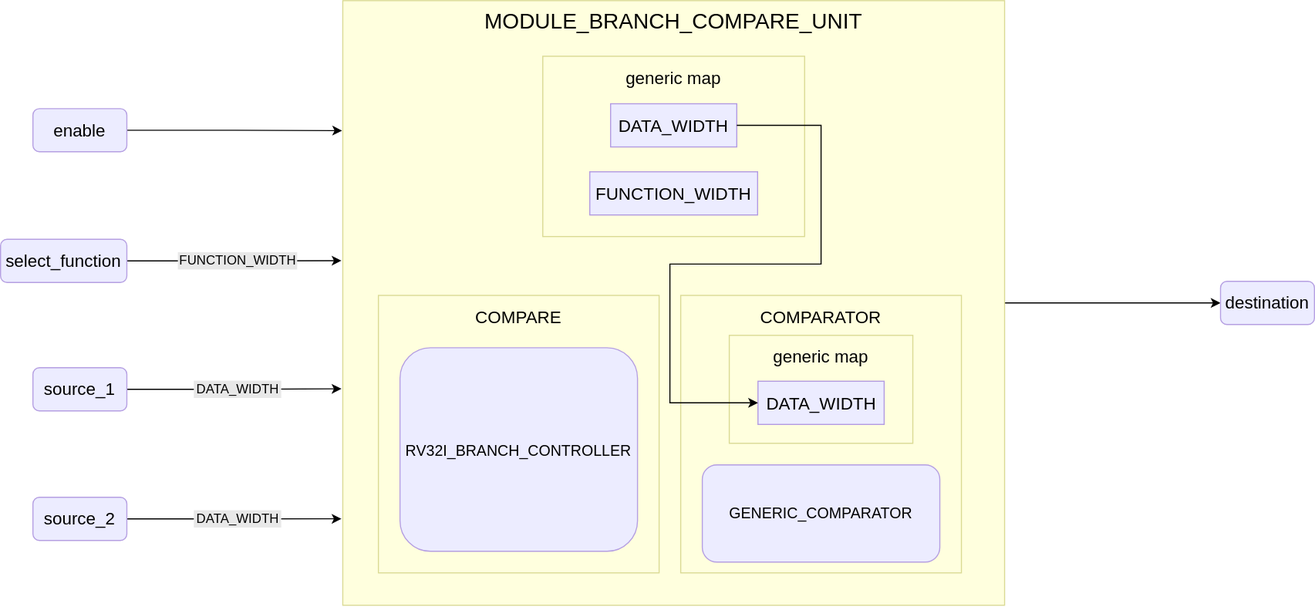
The draw.io diagram docs/public/images/reference/report_components/module_branch_compare_unit.drawio.svg in insper-riscv/core, before a commit. Source tidied: cells renumbered, new cells last; positions are measured from the earlier drawing's top-left corner, leaving out a move shared by most shapes. The source it was exported from:
```xml
<mxGraphModel>
  <root>
    <mxCell id="0" />
    <mxCell id="1" parent="0" />
    <mxCell id="2" style="edgeStyle=orthogonalEdgeStyle;rounded=0;jettySize=auto;html=1;entryX=-0.002;entryY=0.43;entryDx=0;entryDy=0;entryPerimeter=0;" parent="1" edge="1" source="9" target="5">
      <mxGeometry relative="1" as="geometry" />
    </mxCell>
    <mxCell id="3" style="edgeStyle=orthogonalEdgeStyle;rounded=0;jettySize=auto;html=1;entryX=-0.001;entryY=0.215;entryDx=0;entryDy=0;entryPerimeter=0;" parent="1" edge="1" source="8" target="5">
      <mxGeometry relative="1" as="geometry" />
    </mxCell>
    <mxCell id="4" style="edgeStyle=orthogonalEdgeStyle;rounded=0;jettySize=auto;html=1;entryX=0;entryY=0.5;entryDx=0;entryDy=0;" parent="1" edge="1" source="5" target="10">
      <mxGeometry relative="1" as="geometry" />
    </mxCell>
    <mxCell id="5" value="MODULE_BRANCH_COMPARE_UNIT" style="rounded=0;whiteSpace=wrap;html=1;fillColor=#ffffde;strokeColor=#dada94;verticalAlign=top;fontSize=20;" parent="1" vertex="1">
      <mxGeometry x="317" width="613" height="560" as="geometry" />
    </mxCell>
    <mxCell id="6" value="&lt;span style=&quot;font-size: 16px;&quot;&gt;generic map&lt;/span&gt;" style="rounded=0;whiteSpace=wrap;html=1;fillColor=#ffffde;strokeColor=#dada94;verticalAlign=top;fontSize=20;" parent="1" vertex="1">
      <mxGeometry x="502.2" y="51.5" width="242.5" height="167" as="geometry" />
    </mxCell>
    <mxCell id="7" value="DATA_WIDTH" style="rounded=0;whiteSpace=wrap;html=1;fillColor=#ececff;strokeColor=#b29ae1;fontSize=16;" parent="1" vertex="1">
      <mxGeometry x="565.1" y="95.5" width="116.9" height="40" as="geometry" />
    </mxCell>
    <mxCell id="8" value="enable" style="rounded=1;whiteSpace=wrap;html=1;fillColor=#ececff;strokeColor=#b59fe2;fontSize=16;" parent="1" vertex="1">
      <mxGeometry x="30" y="100" width="87" height="40" as="geometry" />
    </mxCell>
    <mxCell id="9" value="select_function" style="rounded=1;whiteSpace=wrap;html=1;fillColor=#ececff;strokeColor=#b59fe2;fontSize=16;" parent="1" vertex="1">
      <mxGeometry y="221" width="117" height="40" as="geometry" />
    </mxCell>
    <mxCell id="10" value="destination" style="rounded=1;whiteSpace=wrap;html=1;fillColor=#ececff;strokeColor=#b59fe2;fontSize=16;" parent="1" vertex="1">
      <mxGeometry x="1130" y="260" width="87" height="40" as="geometry" />
    </mxCell>
    <mxCell id="11" style="edgeStyle=orthogonalEdgeStyle;rounded=0;jettySize=auto;html=1;entryX=-0.002;entryY=0.642;entryDx=0;entryDy=0;entryPerimeter=0;" parent="1" edge="1" source="12" target="5">
      <mxGeometry relative="1" as="geometry" />
    </mxCell>
    <mxCell id="12" value="source_1" style="rounded=1;whiteSpace=wrap;html=1;fillColor=#ececff;strokeColor=#b59fe2;fontSize=16;" parent="1" vertex="1">
      <mxGeometry x="30" y="340" width="87" height="40" as="geometry" />
    </mxCell>
    <mxCell id="13" style="edgeStyle=orthogonalEdgeStyle;rounded=0;jettySize=auto;html=1;entryX=-0.002;entryY=0.857;entryDx=0;entryDy=0;entryPerimeter=0;" parent="1" edge="1" source="14" target="5">
      <mxGeometry relative="1" as="geometry" />
    </mxCell>
    <mxCell id="14" value="source_2" style="rounded=1;whiteSpace=wrap;html=1;fillColor=#ececff;strokeColor=#b59fe2;fontSize=16;" parent="1" vertex="1">
      <mxGeometry x="30" y="460" width="87" height="40" as="geometry" />
    </mxCell>
    <mxCell id="15" value="DATA_WIDTH" style="rounded=0;whiteSpace=wrap;html=1;fillColor=#e8e8e8;strokeColor=#e8e8e8;" parent="1" vertex="1">
      <mxGeometry x="179.5" y="352.5" width="80" height="15" as="geometry" />
    </mxCell>
    <mxCell id="16" value="FUNCTION_WIDTH" style="rounded=0;whiteSpace=wrap;html=1;fillColor=#ececff;strokeColor=#b29ae1;fontSize=16;" parent="1" vertex="1">
      <mxGeometry x="545.8" y="158.5" width="155.4" height="40" as="geometry" />
    </mxCell>
    <mxCell id="17" value="DATA_WIDTH" style="rounded=0;whiteSpace=wrap;html=1;fillColor=#e8e8e8;strokeColor=#e8e8e8;" parent="1" vertex="1">
      <mxGeometry x="179.5" y="472.5" width="80" height="15" as="geometry" />
    </mxCell>
    <mxCell id="18" value="FUNCTION_WIDTH" style="rounded=0;whiteSpace=wrap;html=1;fillColor=#e8e8e8;strokeColor=#e8e8e8;" parent="1" vertex="1">
      <mxGeometry x="164.8" y="233.5" width="109.5" height="15" as="geometry" />
    </mxCell>
    <mxCell id="19" value="&lt;span style=&quot;font-size: 16px;&quot;&gt;COMPARE&lt;/span&gt;" style="rounded=0;whiteSpace=wrap;html=1;fillColor=#ffffde;strokeColor=#dada94;verticalAlign=top;fontSize=20;" parent="1" vertex="1">
      <mxGeometry x="350" y="273" width="260" height="257" as="geometry" />
    </mxCell>
    <mxCell id="20" value="&lt;font style=&quot;font-size: 14px;&quot;&gt;RV32I_BRANCH_CONTROLLER&lt;/font&gt;" style="rounded=1;whiteSpace=wrap;html=1;fillColor=#ececff;strokeColor=#b59fe2;fontSize=16;" parent="1" vertex="1">
      <mxGeometry x="370" y="321.5" width="220" height="188.5" as="geometry" />
    </mxCell>
    <mxCell id="21" value="&lt;span style=&quot;font-size: 16px;&quot;&gt;COMPARATOR&lt;/span&gt;" style="rounded=0;whiteSpace=wrap;html=1;fillColor=#ffffde;strokeColor=#dada94;verticalAlign=top;fontSize=20;" parent="1" vertex="1">
      <mxGeometry x="630" y="273" width="260" height="257" as="geometry" />
    </mxCell>
    <mxCell id="22" value="&lt;span style=&quot;font-size: 16px;&quot;&gt;generic map&lt;/span&gt;" style="rounded=0;whiteSpace=wrap;html=1;fillColor=#ffffde;strokeColor=#dada94;verticalAlign=top;fontSize=20;" parent="1" vertex="1">
      <mxGeometry x="675" y="310" width="170" height="100" as="geometry" />
    </mxCell>
    <mxCell id="23" value="DATA_WIDTH" style="rounded=0;whiteSpace=wrap;html=1;fillColor=#ececff;strokeColor=#b29ae1;fontSize=16;" parent="1" vertex="1">
      <mxGeometry x="701.6" y="352.5" width="116.9" height="40" as="geometry" />
    </mxCell>
    <mxCell id="24" value="GENERIC_COMPARATOR" style="rounded=1;whiteSpace=wrap;html=1;fillColor=#ececff;strokeColor=#b59fe2;fontSize=14;" parent="1" vertex="1">
      <mxGeometry x="650" y="430" width="220" height="90" as="geometry" />
    </mxCell>
    <mxCell id="25" style="edgeStyle=orthogonalEdgeStyle;rounded=0;jettySize=auto;html=1;entryX=0;entryY=0.5;entryDx=0;entryDy=0;" parent="1" edge="1" source="7" target="23">
      <mxGeometry relative="1" as="geometry">
        <Array as="points">
          <mxPoint x="760" y="115" />
          <mxPoint x="760" y="244" />
          <mxPoint x="620" y="244" />
          <mxPoint x="620" y="373" />
        </Array>
      </mxGeometry>
    </mxCell>
  </root>
</mxGraphModel>
```
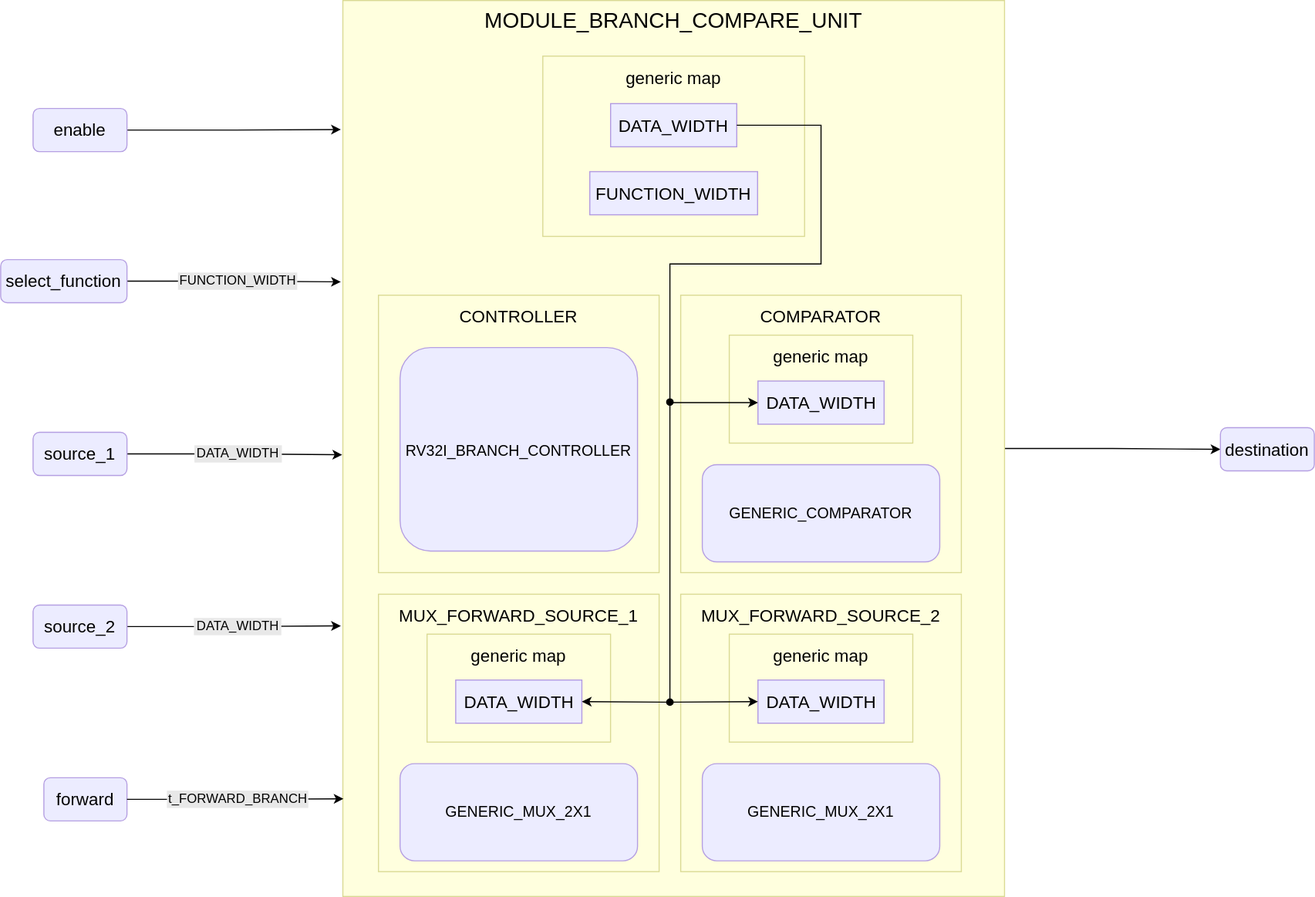
The same diagram one commit later.

The edit, as a diff of the source:
```diff
@@ -2,17 +2,17 @@
   <root>
     <mxCell id="0" />
     <mxCell id="1" parent="0" />
-    <mxCell id="2" style="edgeStyle=orthogonalEdgeStyle;rounded=0;jettySize=auto;html=1;entryX=-0.002;entryY=0.43;entryDx=0;entryDy=0;entryPerimeter=0;" parent="1" edge="1" source="9" target="5">
+    <mxCell id="2" style="edgeStyle=orthogonalEdgeStyle;rounded=0;jettySize=auto;html=1;entryX=-0.003;entryY=0.314;entryDx=0;entryDy=0;entryPerimeter=0;" parent="1" edge="1" source="9" target="5">
       <mxGeometry relative="1" as="geometry" />
     </mxCell>
-    <mxCell id="3" style="edgeStyle=orthogonalEdgeStyle;rounded=0;jettySize=auto;html=1;entryX=-0.001;entryY=0.215;entryDx=0;entryDy=0;entryPerimeter=0;" parent="1" edge="1" source="8" target="5">
+    <mxCell id="3" style="edgeStyle=orthogonalEdgeStyle;rounded=0;jettySize=auto;html=1;entryX=-0.003;entryY=0.144;entryDx=0;entryDy=0;entryPerimeter=0;" parent="1" edge="1" source="8" target="5">
       <mxGeometry relative="1" as="geometry" />
     </mxCell>
     <mxCell id="4" style="edgeStyle=orthogonalEdgeStyle;rounded=0;jettySize=auto;html=1;entryX=0;entryY=0.5;entryDx=0;entryDy=0;" parent="1" edge="1" source="5" target="10">
       <mxGeometry relative="1" as="geometry" />
     </mxCell>
     <mxCell id="5" value="MODULE_BRANCH_COMPARE_UNIT" style="rounded=0;whiteSpace=wrap;html=1;fillColor=#ffffde;strokeColor=#dada94;verticalAlign=top;fontSize=20;" parent="1" vertex="1">
-      <mxGeometry x="317" width="613" height="560" as="geometry" />
+      <mxGeometry x="317" width="613" height="830" as="geometry" />
     </mxCell>
     <mxCell id="6" value="&lt;span style=&quot;font-size: 16px;&quot;&gt;generic map&lt;/span&gt;" style="rounded=0;whiteSpace=wrap;html=1;fillColor=#ffffde;strokeColor=#dada94;verticalAlign=top;fontSize=20;" parent="1" vertex="1">
       <mxGeometry x="502.2" y="51.5" width="242.5" height="167" as="geometry" />
@@ -24,36 +24,36 @@
       <mxGeometry x="30" y="100" width="87" height="40" as="geometry" />
     </mxCell>
     <mxCell id="9" value="select_function" style="rounded=1;whiteSpace=wrap;html=1;fillColor=#ececff;strokeColor=#b59fe2;fontSize=16;" parent="1" vertex="1">
-      <mxGeometry y="221" width="117" height="40" as="geometry" />
+      <mxGeometry y="240" width="117" height="40" as="geometry" />
     </mxCell>
     <mxCell id="10" value="destination" style="rounded=1;whiteSpace=wrap;html=1;fillColor=#ececff;strokeColor=#b59fe2;fontSize=16;" parent="1" vertex="1">
-      <mxGeometry x="1130" y="260" width="87" height="40" as="geometry" />
+      <mxGeometry x="1130" y="395.8" width="87" height="40" as="geometry" />
     </mxCell>
-    <mxCell id="11" style="edgeStyle=orthogonalEdgeStyle;rounded=0;jettySize=auto;html=1;entryX=-0.002;entryY=0.642;entryDx=0;entryDy=0;entryPerimeter=0;" parent="1" edge="1" source="12" target="5">
+    <mxCell id="11" style="edgeStyle=orthogonalEdgeStyle;rounded=0;jettySize=auto;html=1;entryX=-0.001;entryY=0.507;entryDx=0;entryDy=0;entryPerimeter=0;" parent="1" edge="1" source="12" target="5">
       <mxGeometry relative="1" as="geometry" />
     </mxCell>
     <mxCell id="12" value="source_1" style="rounded=1;whiteSpace=wrap;html=1;fillColor=#ececff;strokeColor=#b59fe2;fontSize=16;" parent="1" vertex="1">
-      <mxGeometry x="30" y="340" width="87" height="40" as="geometry" />
+      <mxGeometry x="30" y="400" width="87" height="40" as="geometry" />
     </mxCell>
-    <mxCell id="13" style="edgeStyle=orthogonalEdgeStyle;rounded=0;jettySize=auto;html=1;entryX=-0.002;entryY=0.857;entryDx=0;entryDy=0;entryPerimeter=0;" parent="1" edge="1" source="14" target="5">
+    <mxCell id="13" style="edgeStyle=orthogonalEdgeStyle;rounded=0;jettySize=auto;html=1;entryX=-0.003;entryY=0.698;entryDx=0;entryDy=0;entryPerimeter=0;" parent="1" edge="1" source="14" target="5">
       <mxGeometry relative="1" as="geometry" />
     </mxCell>
     <mxCell id="14" value="source_2" style="rounded=1;whiteSpace=wrap;html=1;fillColor=#ececff;strokeColor=#b59fe2;fontSize=16;" parent="1" vertex="1">
-      <mxGeometry x="30" y="460" width="87" height="40" as="geometry" />
+      <mxGeometry x="30" y="560" width="87" height="40" as="geometry" />
     </mxCell>
     <mxCell id="15" value="DATA_WIDTH" style="rounded=0;whiteSpace=wrap;html=1;fillColor=#e8e8e8;strokeColor=#e8e8e8;" parent="1" vertex="1">
-      <mxGeometry x="179.5" y="352.5" width="80" height="15" as="geometry" />
+      <mxGeometry x="180" y="412.5" width="80" height="15" as="geometry" />
     </mxCell>
     <mxCell id="16" value="FUNCTION_WIDTH" style="rounded=0;whiteSpace=wrap;html=1;fillColor=#ececff;strokeColor=#b29ae1;fontSize=16;" parent="1" vertex="1">
       <mxGeometry x="545.8" y="158.5" width="155.4" height="40" as="geometry" />
     </mxCell>
     <mxCell id="17" value="DATA_WIDTH" style="rounded=0;whiteSpace=wrap;html=1;fillColor=#e8e8e8;strokeColor=#e8e8e8;" parent="1" vertex="1">
-      <mxGeometry x="179.5" y="472.5" width="80" height="15" as="geometry" />
+      <mxGeometry x="179.5" y="572.5" width="80" height="15" as="geometry" />
     </mxCell>
     <mxCell id="18" value="FUNCTION_WIDTH" style="rounded=0;whiteSpace=wrap;html=1;fillColor=#e8e8e8;strokeColor=#e8e8e8;" parent="1" vertex="1">
-      <mxGeometry x="164.8" y="233.5" width="109.5" height="15" as="geometry" />
+      <mxGeometry x="164.8" y="252.5" width="109.5" height="15" as="geometry" />
     </mxCell>
-    <mxCell id="19" value="&lt;span style=&quot;font-size: 16px;&quot;&gt;COMPARE&lt;/span&gt;" style="rounded=0;whiteSpace=wrap;html=1;fillColor=#ffffde;strokeColor=#dada94;verticalAlign=top;fontSize=20;" parent="1" vertex="1">
+    <mxCell id="19" value="&lt;span style=&quot;font-size: 16px;&quot;&gt;CONTROLLER&lt;/span&gt;" style="rounded=0;whiteSpace=wrap;html=1;fillColor=#ffffde;strokeColor=#dada94;verticalAlign=top;fontSize=20;" parent="1" vertex="1">
       <mxGeometry x="350" y="273" width="260" height="257" as="geometry" />
     </mxCell>
     <mxCell id="20" value="&lt;font style=&quot;font-size: 14px;&quot;&gt;RV32I_BRANCH_CONTROLLER&lt;/font&gt;" style="rounded=1;whiteSpace=wrap;html=1;fillColor=#ececff;strokeColor=#b59fe2;fontSize=16;" parent="1" vertex="1">
@@ -81,5 +81,51 @@
         </Array>
       </mxGeometry>
     </mxCell>
+    <mxCell id="26" value="&lt;span style=&quot;font-size: 16px;&quot;&gt;MUX_FORWARD_SOURCE_1&lt;/span&gt;" style="rounded=0;whiteSpace=wrap;html=1;fillColor=#ffffde;strokeColor=#dada94;verticalAlign=top;fontSize=20;" parent="1" vertex="1">
+      <mxGeometry x="350" y="550" width="260" height="257" as="geometry" />
+    </mxCell>
+    <mxCell id="27" value="&lt;span style=&quot;font-size: 16px;&quot;&gt;generic map&lt;/span&gt;" style="rounded=0;whiteSpace=wrap;html=1;fillColor=#ffffde;strokeColor=#dada94;verticalAlign=top;fontSize=20;" parent="1" vertex="1">
+      <mxGeometry x="395" y="587" width="170" height="100" as="geometry" />
+    </mxCell>
+    <mxCell id="28" value="DATA_WIDTH" style="rounded=0;whiteSpace=wrap;html=1;fillColor=#ececff;strokeColor=#b29ae1;fontSize=16;" parent="1" vertex="1">
+      <mxGeometry x="421.6" y="629.5" width="116.9" height="40" as="geometry" />
+    </mxCell>
+    <mxCell id="29" value="GENERIC_MUX_2X1" style="rounded=1;whiteSpace=wrap;html=1;fillColor=#ececff;strokeColor=#b59fe2;fontSize=14;" parent="1" vertex="1">
+      <mxGeometry x="370" y="707" width="220" height="90" as="geometry" />
+    </mxCell>
+    <mxCell id="30" value="&lt;span style=&quot;font-size: 16px;&quot;&gt;MUX_FORWARD_SOURCE_2&lt;/span&gt;" style="rounded=0;whiteSpace=wrap;html=1;fillColor=#ffffde;strokeColor=#dada94;verticalAlign=top;fontSize=20;" parent="1" vertex="1">
+      <mxGeometry x="630" y="550" width="260" height="257" as="geometry" />
+    </mxCell>
+    <mxCell id="31" value="&lt;span style=&quot;font-size: 16px;&quot;&gt;generic map&lt;/span&gt;" style="rounded=0;whiteSpace=wrap;html=1;fillColor=#ffffde;strokeColor=#dada94;verticalAlign=top;fontSize=20;" parent="1" vertex="1">
+      <mxGeometry x="675" y="587" width="170" height="100" as="geometry" />
+    </mxCell>
+    <mxCell id="32" value="DATA_WIDTH" style="rounded=0;whiteSpace=wrap;html=1;fillColor=#ececff;strokeColor=#b29ae1;fontSize=16;" parent="1" vertex="1">
+      <mxGeometry x="701.6" y="629.5" width="116.9" height="40" as="geometry" />
+    </mxCell>
+    <mxCell id="33" value="GENERIC_MUX_2X1" style="rounded=1;whiteSpace=wrap;html=1;fillColor=#ececff;strokeColor=#b59fe2;fontSize=14;" parent="1" vertex="1">
+      <mxGeometry x="650" y="707" width="220" height="90" as="geometry" />
+    </mxCell>
+    <mxCell id="34" value="forward" style="rounded=1;whiteSpace=wrap;html=1;fillColor=#ececff;strokeColor=#b59fe2;fontSize=16;" parent="1" vertex="1">
+      <mxGeometry x="40" y="720" width="77" height="40" as="geometry" />
+    </mxCell>
+    <mxCell id="35" style="edgeStyle=orthogonalEdgeStyle;rounded=0;jettySize=auto;html=1;entryX=0.001;entryY=0.891;entryDx=0;entryDy=0;entryPerimeter=0;" parent="1" edge="1" source="34" target="5">
+      <mxGeometry relative="1" as="geometry" />
+    </mxCell>
+    <mxCell id="36" value="t_FORWARD_BRANCH" style="rounded=0;whiteSpace=wrap;html=1;fillColor=#e8e8e8;strokeColor=#e8e8e8;" parent="1" vertex="1">
+      <mxGeometry x="154.5" y="732.5" width="130" height="15" as="geometry" />
+    </mxCell>
+    <mxCell id="37" style="endArrow=classic;html=1;rounded=0;entryX=0;entryY=0.5;entryDx=0;entryDy=0;startArrow=oval;startFill=1;" parent="1" edge="1" target="32">
+      <mxGeometry relative="1" as="geometry">
+        <mxPoint x="620" y="372" as="sourcePoint" />
+        <Array as="points">
+          <mxPoint x="620" y="650" />
+        </Array>
+      </mxGeometry>
+    </mxCell>
+    <mxCell id="38" style="endArrow=classic;html=1;rounded=0;entryX=1;entryY=0.5;entryDx=0;entryDy=0;startArrow=oval;startFill=1;" parent="1" edge="1" target="28">
+      <mxGeometry relative="1" as="geometry">
+        <mxPoint x="620" y="650" as="sourcePoint" />
+      </mxGeometry>
+    </mxCell>
   </root>
 </mxGraphModel>
```
